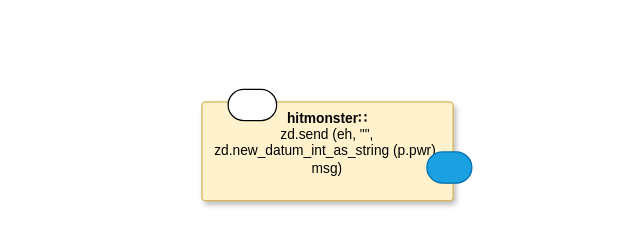
Before: small-test.drawio in guitarvydas/gen0d, a draw.io diagram. Source tidied: cells renumbered, new cells numbered last; positions are measured from the earlier drawing's top-left corner, leaving out a move shared by most shapes. Both pictures are drawn from the tidied source at 125%, with x=0, y=0 at pixel (201, 89).
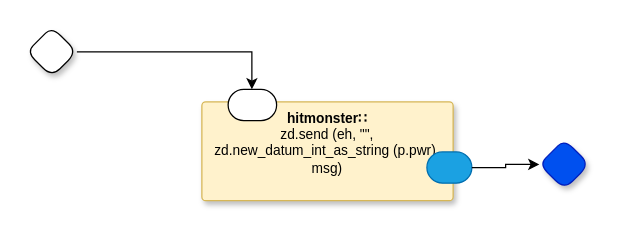
The same diagram, later.

Diff of the diagram source:
```diff
@@
 <mxGraphModel>
   <root>
     <mxCell id="0" />
     <mxCell id="1" parent="0" />
     <mxCell id="2" value="&lt;b style=&quot;border-color: var(--border-color);&quot;&gt;hitmonster∷&lt;br&gt;&lt;/b&gt;zd.send (eh, &quot;&quot;, zd.new_datum_int_as_string (p.pwr), msg)" style="rounded=1;whiteSpace=wrap;html=1;sketch=0;verticalAlign=top;arcSize=6;fontStyle=0;absoluteArcSize=1;shadow=1;strokeColor=#d6b656;fillColor=#fff2cc;fontFamily=Helvetica;fontSize=11;" parent="1" vertex="1">
       <mxGeometry y="10" width="201" height="79" as="geometry" />
     </mxCell>
     <mxCell id="3" style="rounded=1;whiteSpace=wrap;html=1;sketch=0;points=[[0,0.5,0,0,0],[1,0.5,0,0,0]];arcSize=50;fontFamily=Helvetica;fontSize=11;fontColor=default;" parent="2" vertex="1">
       <mxGeometry x="21" y="-10" width="38.8" height="25" as="geometry" />
     </mxCell>
     <mxCell id="4" style="rounded=1;whiteSpace=wrap;html=1;sketch=0;points=[[0,0.5,0,0,0],[1,0.5,0,0,0]];fillColor=#1ba1e2;fontColor=#ffffff;strokeColor=#006EAF;arcSize=50;fontFamily=Helvetica;fontSize=11;" parent="2" vertex="1">
       <mxGeometry x="180" y="40" width="36" height="25" as="geometry" />
     </mxCell>
+    <mxCell id="5" style="rhombus;whiteSpace=wrap;html=1;rounded=1;fontStyle=1;glass=0;sketch=0;fontSize=12;points=[[0,0.5,0,0,0],[0.5,0,0,0,0],[0.5,1,0,0,0],[1,0.5,0,0,0]];shadow=1;fontFamily=Helvetica;fontColor=default;" parent="1" vertex="1">
+      <mxGeometry x="-140" y="-50" width="40" height="40" as="geometry" />
+    </mxCell>
+    <mxCell id="6" style="edgeStyle=orthogonalEdgeStyle;rounded=0;jettySize=auto;html=1;entryX=0.49;entryY=0;entryDx=0;entryDy=0;entryPerimeter=0;" parent="1" edge="1" source="5" target="3">
+      <mxGeometry relative="1" as="geometry" />
+    </mxCell>
+    <mxCell id="7" style="rhombus;whiteSpace=wrap;html=1;rounded=1;fontStyle=1;glass=0;sketch=0;fontSize=12;points=[[0,0.5,0,0,0],[0.5,0,0,0,0],[0.5,1,0,0,0],[1,0.5,0,0,0]];shadow=1;fillColor=#0050ef;fontColor=#ffffff;strokeColor=#001DBC;fontFamily=Helvetica;" parent="1" vertex="1">
+      <mxGeometry x="270" y="40" width="40" height="40" as="geometry" />
+    </mxCell>
+    <mxCell id="8" style="edgeStyle=orthogonalEdgeStyle;rounded=0;jettySize=auto;html=1;exitX=1;exitY=0.5;exitDx=0;exitDy=0;exitPerimeter=0;entryX=0;entryY=0.5;entryDx=0;entryDy=0;entryPerimeter=0;" parent="1" edge="1" source="4" target="7">
+      <mxGeometry relative="1" as="geometry" />
+    </mxCell>
   </root>
 </mxGraphModel>
```
